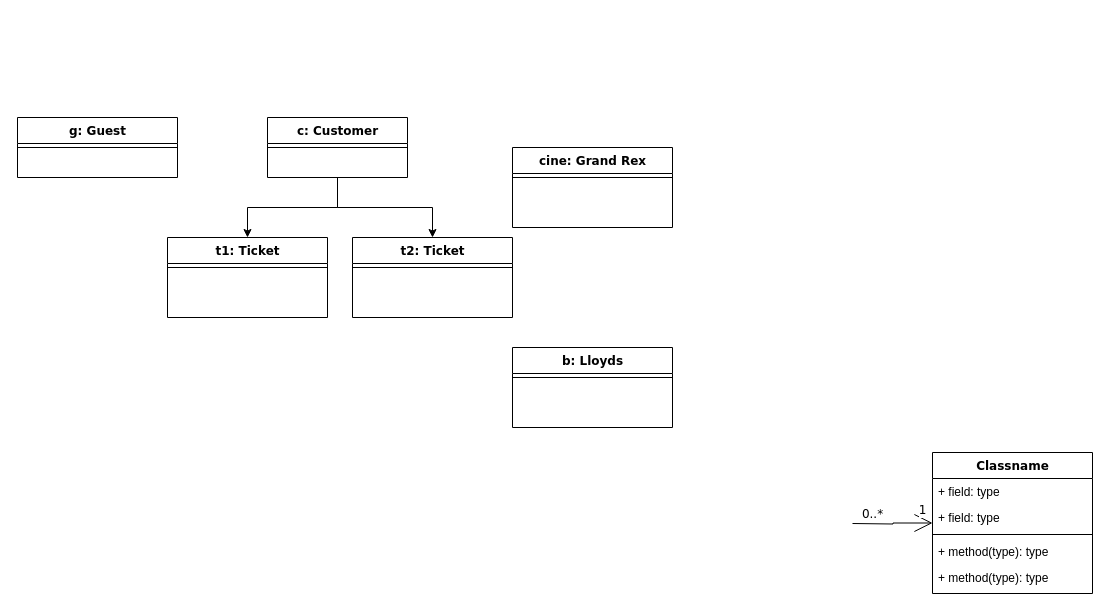
The draw.io diagram Diagramme object Movie Ticket Booking System.drawio in Melydgt/Draw-io-UML-England, before the edit. Source tidied: cells renumbered, new cells numbered last; positions are measured from the earlier drawing's top-left corner, leaving out a move shared by most shapes. Both pictures are drawn from the tidied source at 100%, with x=0, y=0 at pixel (17, 117).
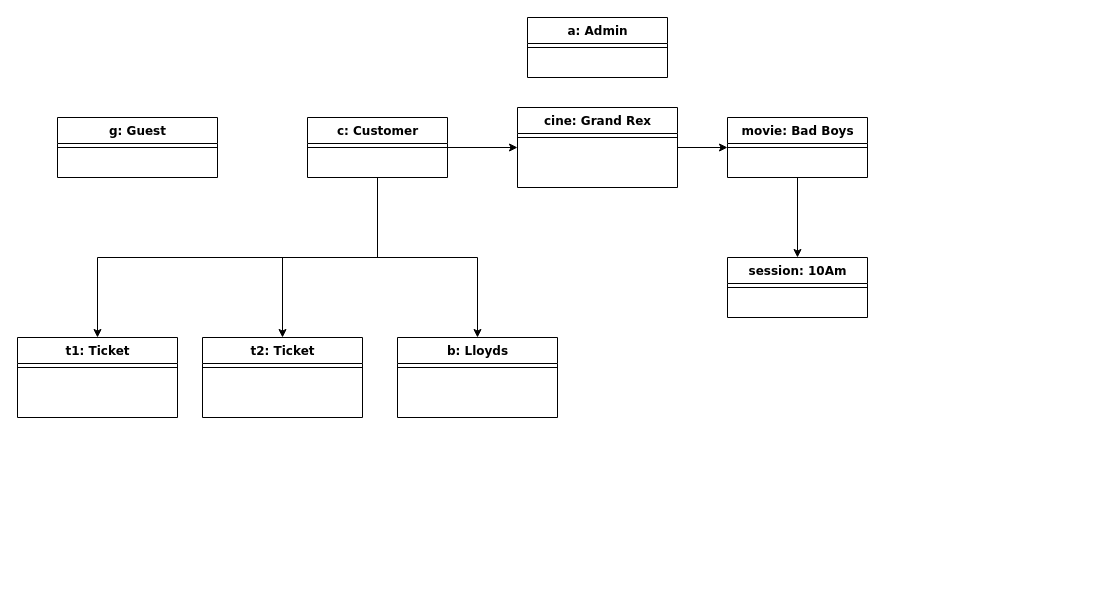
After the change.

Commit message (it also covers changes not shown here):
Mettre à jour Diagramme object Movie Ticket Booking System.drawio

Diff of the diagram source:
```diff
@@
+    <mxCell id="25" style="edgeStyle=orthogonalEdgeStyle;rounded=0;jettySize=auto;html=1;exitX=0.5;exitY=1;exitDx=0;exitDy=0;entryX=0.5;entryY=0;entryDx=0;entryDy=0;" parent="1" edge="1" source="4" target="19">
+      <mxGeometry relative="1" as="geometry" />
+    </mxCell>
+    <mxCell id="26" style="edgeStyle=orthogonalEdgeStyle;rounded=0;jettySize=auto;html=1;exitX=1;exitY=0.5;exitDx=0;exitDy=0;entryX=0;entryY=0.5;entryDx=0;entryDy=0;" parent="1" edge="1" source="4" target="21">
+      <mxGeometry relative="1" as="geometry" />
+    </mxCell>
     <mxCell id="4" value="c: Customer" style="swimlane;html=1;fontStyle=1;align=center;verticalAlign=top;horizontal=1;startSize=26;swimlaneFillColor=#ffffff;rounded=0;shadow=0;comic=0;labelBackgroundColor=none;strokeWidth=1;fillColor=none;fontFamily=Verdana;fontSize=12;" parent="1" vertex="1">
-      <mxGeometry x="250" width="140" height="60" as="geometry" />
+      <mxGeometry x="290" width="140" height="60" as="geometry" />
     </mxCell>
@@
-    <mxCell id="6" style="edgeStyle=orthogonalEdgeStyle;rounded=0;html=1;labelBackgroundColor=none;startArrow=none;startFill=0;startSize=8;endArrow=open;endFill=0;endSize=16;fontFamily=Verdana;fontSize=12;" parent="1" edge="1" target="9">
-      <mxGeometry relative="1" as="geometry">
-        <mxPoint x="835" y="406" as="sourcePoint" />
-      </mxGeometry>
-    </mxCell>
-    <mxCell id="7" value="0..*" style="text;html=1;align=center;verticalAlign=middle;labelBackgroundColor=#ffffff;fontSize=12;fontFamily=Verdana;" parent="6" vertex="1">
-      <mxGeometry x="-0.79" relative="1" as="geometry">
-        <mxPoint x="11" y="-10" as="offset" />
-      </mxGeometry>
-    </mxCell>
-    <mxCell id="8" value="1" style="text;html=1;align=center;verticalAlign=middle;labelBackgroundColor=#ffffff;fontSize=12;fontFamily=Verdana;" parent="6" vertex="1">
-      <mxGeometry x="0.7" y="1" relative="1" as="geometry">
-        <mxPoint x="2" y="-12" as="offset" />
-      </mxGeometry>
-    </mxCell>
-    <mxCell id="9" value="Classname" style="swimlane;html=1;fontStyle=1;align=center;verticalAlign=top;horizontal=1;startSize=26;swimlaneFillColor=#ffffff;rounded=0;shadow=0;comic=0;labelBackgroundColor=none;strokeWidth=1;fillColor=none;fontFamily=Verdana;fontSize=12;" parent="1" vertex="1">
-      <mxGeometry x="915" y="335" width="160" height="141" as="geometry" />
-    </mxCell>
-    <mxCell id="10" value="+ field: type" style="text;html=1;strokeColor=none;fillColor=none;align=left;verticalAlign=top;spacingLeft=4;spacingRight=4;whiteSpace=wrap;overflow=hidden;" parent="9" vertex="1">
-      <mxGeometry y="26" width="160" height="26" as="geometry" />
-    </mxCell>
-    <mxCell id="11" value="+ field: type" style="text;html=1;strokeColor=none;fillColor=none;align=left;verticalAlign=top;spacingLeft=4;spacingRight=4;whiteSpace=wrap;overflow=hidden;" parent="9" vertex="1">
-      <mxGeometry y="52" width="160" height="26" as="geometry" />
-    </mxCell>
-    <mxCell id="12" style="line;html=1;strokeWidth=1;fillColor=none;align=left;verticalAlign=middle;spacingTop=-1;spacingLeft=3;spacingRight=3;labelPosition=right;" parent="9" vertex="1">
-      <mxGeometry y="78" width="160" height="8" as="geometry" />
-    </mxCell>
-    <mxCell id="13" value="+ method(type): type" style="text;html=1;strokeColor=none;fillColor=none;align=left;verticalAlign=top;spacingLeft=4;spacingRight=4;whiteSpace=wrap;overflow=hidden;" parent="9" vertex="1">
-      <mxGeometry y="86" width="160" height="26" as="geometry" />
-    </mxCell>
-    <mxCell id="14" value="+ method(type): type" style="text;html=1;strokeColor=none;fillColor=none;align=left;verticalAlign=top;spacingLeft=4;spacingRight=4;whiteSpace=wrap;overflow=hidden;" parent="9" vertex="1">
-      <mxGeometry y="112" width="160" height="26" as="geometry" />
-    </mxCell>
     <mxCell id="15" value="t1: Ticket" style="swimlane;html=1;fontStyle=1;align=center;verticalAlign=top;horizontal=1;startSize=26;swimlaneFillColor=#ffffff;rounded=0;shadow=0;comic=0;labelBackgroundColor=none;strokeWidth=1;fillColor=none;fontFamily=Verdana;fontSize=12;" parent="1" vertex="1">
-      <mxGeometry x="150" y="120" width="160" height="80" as="geometry" />
+      <mxGeometry y="220" width="160" height="80" as="geometry" />
     </mxCell>
@@
     <mxCell id="17" value="t2: Ticket" style="swimlane;html=1;fontStyle=1;align=center;verticalAlign=top;horizontal=1;startSize=26;swimlaneFillColor=#ffffff;rounded=0;shadow=0;comic=0;labelBackgroundColor=none;strokeWidth=1;fillColor=none;fontFamily=Verdana;fontSize=12;" parent="1" vertex="1">
-      <mxGeometry x="335" y="120" width="160" height="80" as="geometry" />
+      <mxGeometry x="185" y="220" width="160" height="80" as="geometry" />
     </mxCell>
@@
     <mxCell id="19" value="b: Lloyds" style="swimlane;html=1;fontStyle=1;align=center;verticalAlign=top;horizontal=1;startSize=26;swimlaneFillColor=#ffffff;rounded=0;shadow=0;comic=0;labelBackgroundColor=none;strokeWidth=1;fillColor=none;fontFamily=Verdana;fontSize=12;" parent="1" vertex="1">
-      <mxGeometry x="495" y="230" width="160" height="80" as="geometry" />
+      <mxGeometry x="380" y="220" width="160" height="80" as="geometry" />
     </mxCell>
@@
+    <mxCell id="27" style="edgeStyle=orthogonalEdgeStyle;rounded=0;jettySize=auto;html=1;exitX=1;exitY=0.5;exitDx=0;exitDy=0;entryX=0;entryY=0.5;entryDx=0;entryDy=0;" parent="1" edge="1" source="21" target="31">
+      <mxGeometry relative="1" as="geometry" />
+    </mxCell>
     <mxCell id="21" value="cine: Grand Rex" style="swimlane;html=1;fontStyle=1;align=center;verticalAlign=top;horizontal=1;startSize=26;swimlaneFillColor=#ffffff;rounded=0;shadow=0;comic=0;labelBackgroundColor=none;strokeWidth=1;fillColor=none;fontFamily=Verdana;fontSize=12;" parent="1" vertex="1">
-      <mxGeometry x="495" y="30" width="160" height="80" as="geometry" />
+      <mxGeometry x="500" y="-10" width="160" height="80" as="geometry" />
     </mxCell>
@@
     <mxCell id="23" value="g: Guest" style="swimlane;html=1;fontStyle=1;align=center;verticalAlign=top;horizontal=1;startSize=26;swimlaneFillColor=#ffffff;rounded=0;shadow=0;comic=0;labelBackgroundColor=none;strokeWidth=1;fillColor=none;fontFamily=Verdana;fontSize=12;" parent="1" vertex="1">
-      <mxGeometry width="160" height="60" as="geometry" />
+      <mxGeometry x="40" width="160" height="60" as="geometry" />
     </mxCell>
@@
+    <mxCell id="28" value="a: Admin" style="swimlane;html=1;fontStyle=1;align=center;verticalAlign=top;horizontal=1;startSize=26;swimlaneFillColor=#ffffff;rounded=0;shadow=0;comic=0;labelBackgroundColor=none;strokeWidth=1;fillColor=none;fontFamily=Verdana;fontSize=12;" parent="1" vertex="1">
+      <mxGeometry x="510" y="-100" width="140" height="60" as="geometry" />
+    </mxCell>
+    <mxCell id="29" style="line;html=1;strokeWidth=1;fillColor=none;align=left;verticalAlign=middle;spacingTop=-1;spacingLeft=3;spacingRight=3;labelPosition=right;" parent="28" vertex="1">
+      <mxGeometry y="26" width="140" height="8" as="geometry" />
+    </mxCell>
+    <mxCell id="30" style="edgeStyle=orthogonalEdgeStyle;rounded=0;jettySize=auto;html=1;" parent="1" edge="1" source="31" target="33">
+      <mxGeometry relative="1" as="geometry" />
+    </mxCell>
+    <mxCell id="31" value="movie: Bad Boys" style="swimlane;html=1;fontStyle=1;align=center;verticalAlign=top;horizontal=1;startSize=26;swimlaneFillColor=#ffffff;rounded=0;shadow=0;comic=0;labelBackgroundColor=none;strokeWidth=1;fillColor=none;fontFamily=Verdana;fontSize=12;" parent="1" vertex="1">
+      <mxGeometry x="710" width="140" height="60" as="geometry" />
+    </mxCell>
+    <mxCell id="32" style="line;html=1;strokeWidth=1;fillColor=none;align=left;verticalAlign=middle;spacingTop=-1;spacingLeft=3;spacingRight=3;labelPosition=right;" parent="31" vertex="1">
+      <mxGeometry y="26" width="140" height="8" as="geometry" />
+    </mxCell>
+    <mxCell id="33" value="session: 10Am" style="swimlane;html=1;fontStyle=1;align=center;verticalAlign=top;horizontal=1;startSize=26;swimlaneFillColor=#ffffff;rounded=0;shadow=0;comic=0;labelBackgroundColor=none;strokeWidth=1;fillColor=none;fontFamily=Verdana;fontSize=12;" parent="1" vertex="1">
+      <mxGeometry x="710" y="140" width="140" height="60" as="geometry" />
+    </mxCell>
+    <mxCell id="34" style="line;html=1;strokeWidth=1;fillColor=none;align=left;verticalAlign=middle;spacingTop=-1;spacingLeft=3;spacingRight=3;labelPosition=right;" parent="33" vertex="1">
+      <mxGeometry y="26" width="140" height="8" as="geometry" />
+    </mxCell>
```
